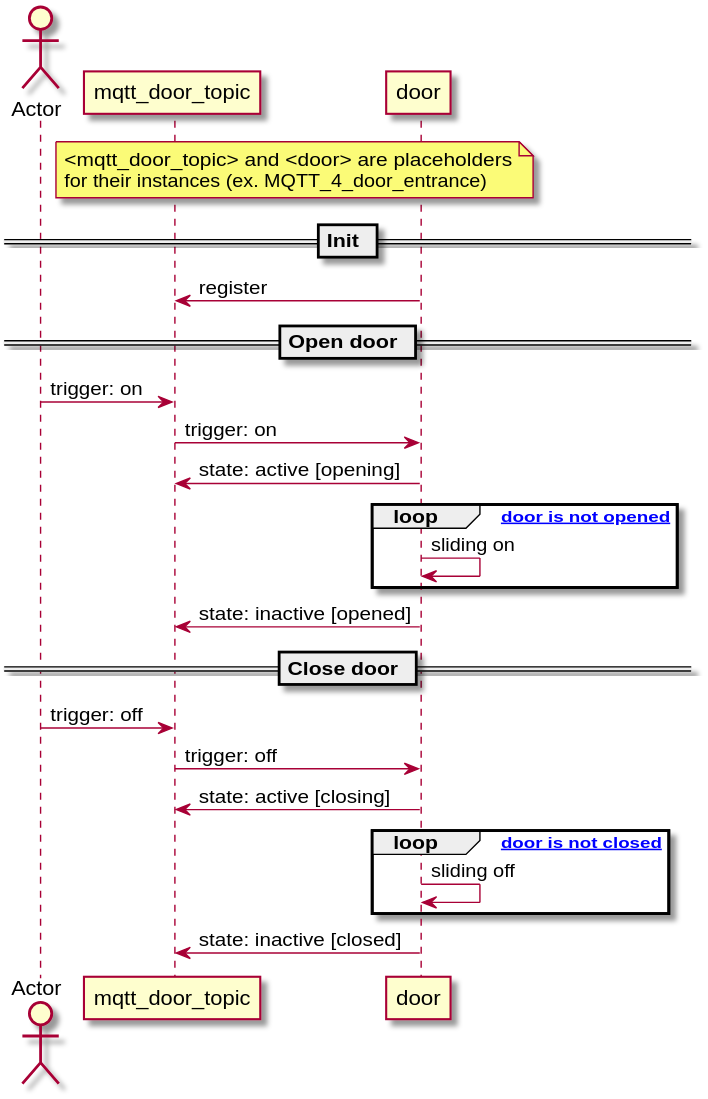
Before: doc/design/group_4_door.svg, a diagram exported from PlantUML (ubilab-ws21/operator).
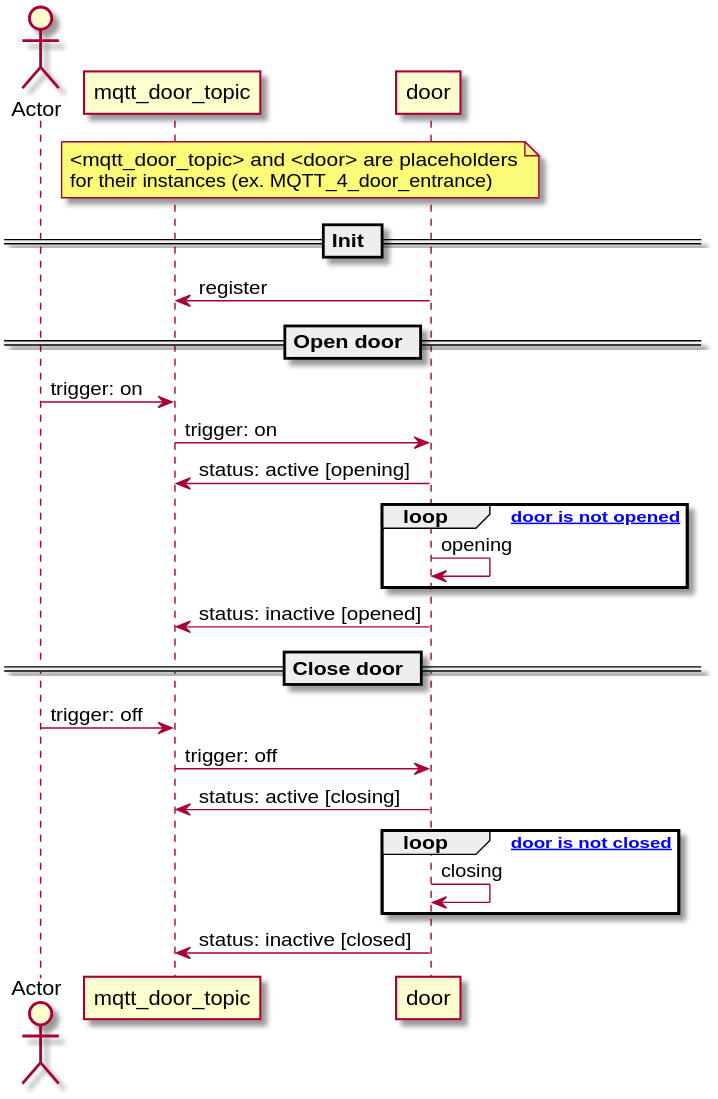
Later version of the same file.

Change to the diagram source:
```diff
@@ -13,20 +13,20 @@
 == Open door ==
 Actor -> mqtt_door_topic: trigger: on
 mqtt_door_topic -> door: trigger: on
-door -> mqtt_door_topic: state: active [opening]
+door -> mqtt_door_topic: status: active [opening]
 loop [on door is not opened]
-    door -> door: sliding on
+    door -> door: opening
 end
 
-door -> mqtt_door_topic: state: inactive [opened]
+door -> mqtt_door_topic: status: inactive [opened]
 
 == Close door ==
 Actor -> mqtt_door_topic: trigger: off
 mqtt_door_topic -> door: trigger: off
-door -> mqtt_door_topic: state: active [closing]
+door -> mqtt_door_topic: status: active [closing]
 loop [on door is not closed]
-    door -> door: sliding off
+    door -> door: closing
 end
 
-door -> mqtt_door_topic: state: inactive [closed]
+door -> mqtt_door_topic: status: inactive [closed]
 @enduml
```
